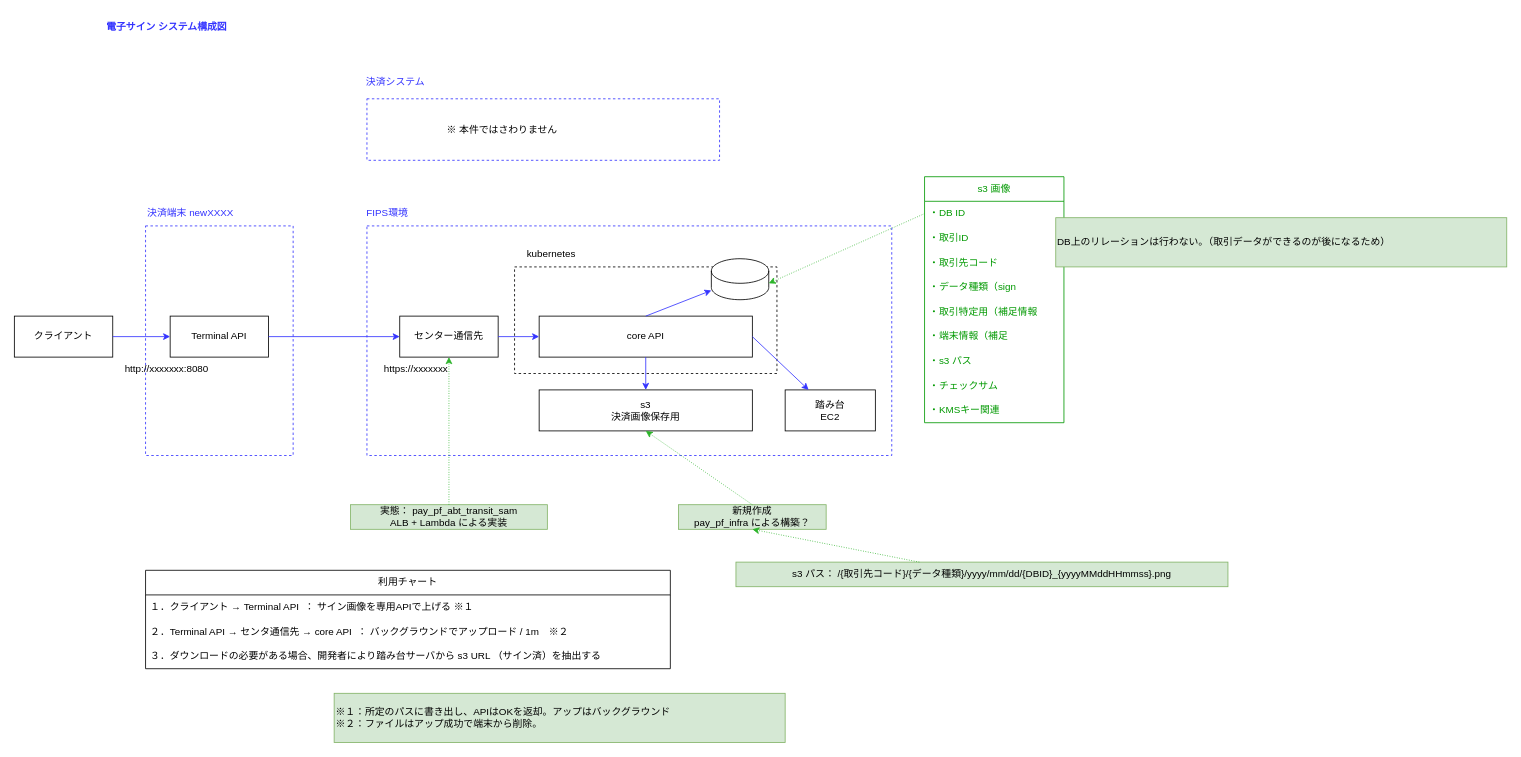
Above: page "システム構成" (1 of 2) of feature/電子サイン/obj/image.drawio in kyoshizawa/kywiki (draw.io), before the change. Source tidied: cells renumbered, new cells numbered last; positions are measured from the earlier drawing's top-left corner, leaving out a move shared by most shapes. Both pictures are drawn from the tidied source at 82%, with x=0, y=0 at pixel (14, 14).
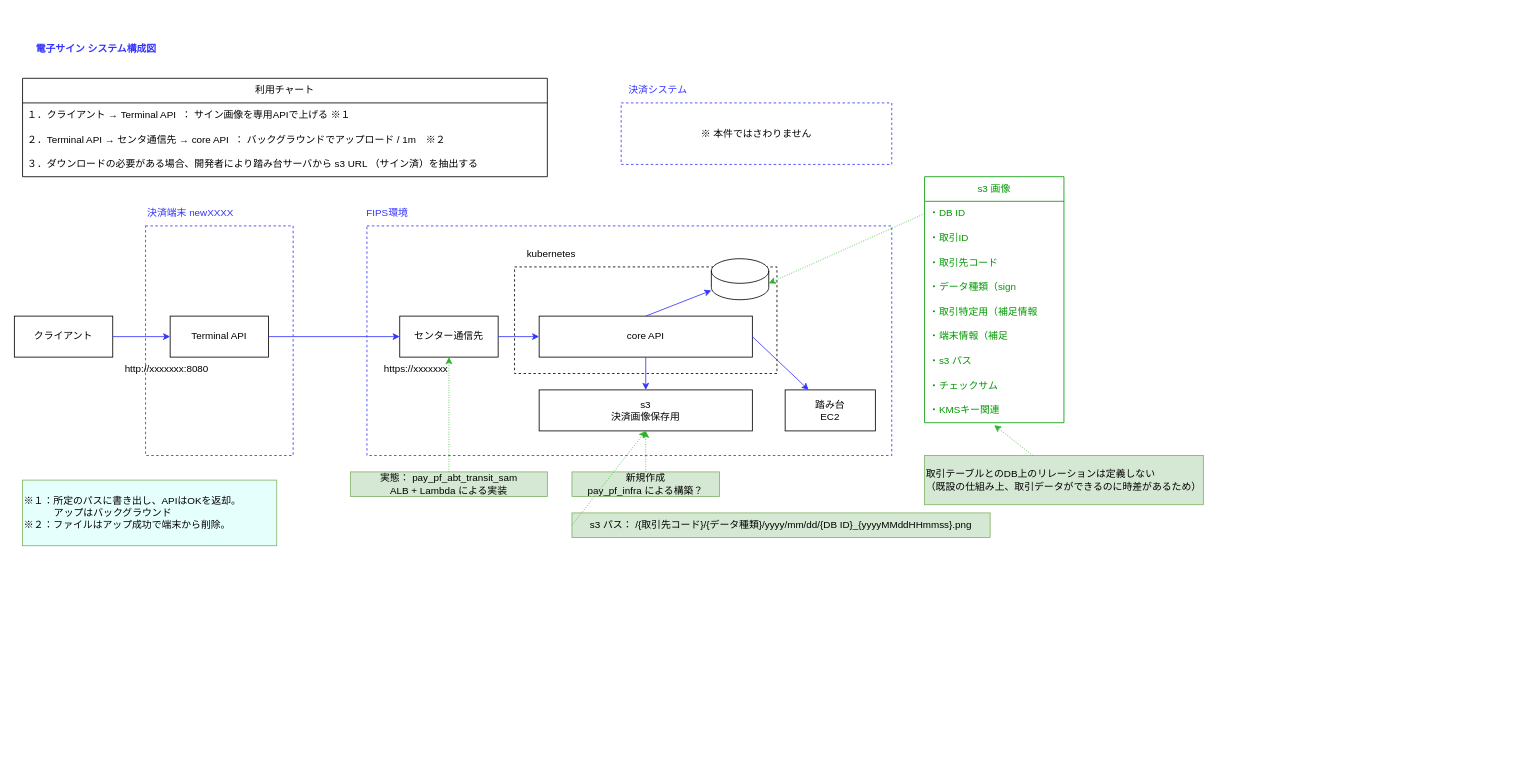
Above is the later version.

Unchanged cells that the change refers to:
```xml
<mxCell id="13" value="&lt;div&gt;s3&lt;/div&gt;決済画像保存用" style="rounded=0;whiteSpace=wrap;html=1;" parent="1" vertex="1">
  <mxGeometry x="640" y="458" width="260" height="50" as="geometry" />
</mxCell>
<mxCell id="43" value="・KMSキー関連" style="text;strokeColor=none;fillColor=none;align=left;verticalAlign=middle;spacingLeft=4;spacingRight=4;overflow=hidden;points=[[0,0.5],[1,0.5]];portConstraint=eastwest;whiteSpace=wrap;html=1;fontColor=#009900;" parent="34" vertex="1">
  <mxGeometry y="270" width="170" height="30" as="geometry" />
</mxCell>
```

The edit, as a diff of the source:
```diff
@@
     <mxCell id="5" value="実態：&amp;nbsp;pay_pf_abt_transit_sam&lt;div&gt;ALB + Lambda による実装&lt;/div&gt;" style="text;html=1;align=center;verticalAlign=middle;whiteSpace=wrap;rounded=0;fillColor=#d5e8d4;strokeColor=#82b366;" parent="1" vertex="1">
-      <mxGeometry x="410" y="598" width="240" height="30" as="geometry" />
+      <mxGeometry x="410" y="558" width="240" height="30" as="geometry" />
     </mxCell>
@@
     <mxCell id="7" style="rounded=0;whiteSpace=wrap;html=1;fillColor=none;dashed=1;strokeColor=#3333FF;" parent="1" vertex="1">
-      <mxGeometry x="430" y="103" width="430" height="75" as="geometry" />
+      <mxGeometry x="740" y="108" width="330" height="75" as="geometry" />
     </mxCell>
     <mxCell id="8" value="決済システム" style="text;html=1;align=center;verticalAlign=middle;whiteSpace=wrap;rounded=0;strokeColor=none;fontColor=#3333FF;" parent="1" vertex="1">
-      <mxGeometry x="410" y="68" width="110" height="30" as="geometry" />
+      <mxGeometry x="730" y="78" width="110" height="30" as="geometry" />
     </mxCell>
     <mxCell id="9" value="※ 本件ではさわりません" style="text;html=1;align=center;verticalAlign=middle;whiteSpace=wrap;rounded=0;" parent="1" vertex="1">
-      <mxGeometry x="480" y="125.5" width="230" height="30" as="geometry" />
+      <mxGeometry x="790" y="130.5" width="230" height="30" as="geometry" />
     </mxCell>
@@
     <mxCell id="15" value="新規作成&lt;br&gt;&lt;div&gt;pay_pf_infra による構築？&lt;/div&gt;" style="text;html=1;align=center;verticalAlign=middle;whiteSpace=wrap;rounded=0;fillColor=#d5e8d4;strokeColor=#82b366;" parent="1" vertex="1">
-      <mxGeometry x="810" y="598" width="180" height="30" as="geometry" />
+      <mxGeometry x="680" y="558" width="180" height="30" as="geometry" />
     </mxCell>
@@
     <mxCell id="18" value="電子サイン システム構成図" style="text;html=1;align=center;verticalAlign=middle;whiteSpace=wrap;rounded=0;strokeColor=none;fontColor=#3333FF;fontStyle=1;" parent="1" vertex="1">
-      <mxGeometry x="86" width="200" height="30" as="geometry" />
+      <mxGeometry y="28" width="200" height="30" as="geometry" />
     </mxCell>
@@
     <mxCell id="22" value="利用チャート" style="swimlane;fontStyle=0;horizontal=1;startSize=30;whiteSpace=wrap;html=1;" parent="1" vertex="1">
-      <mxGeometry x="160" y="678" width="640" height="120" as="geometry" />
+      <mxGeometry x="10" y="78" width="640" height="120" as="geometry" />
     </mxCell>
@@
-    <mxCell id="30" value="※１：所定のパスに書き出し、APIはOKを返却。アップはバックグラウンド&lt;div&gt;※２：ファイルはアップ成功で端末から削除。&lt;/div&gt;" style="text;html=1;align=left;verticalAlign=middle;whiteSpace=wrap;rounded=0;fillColor=#d5e8d4;strokeColor=#82b366;" parent="1" vertex="1">
-      <mxGeometry x="390" y="828" width="550" height="60" as="geometry" />
+    <mxCell id="30" value="※１：所定のパスに書き出し、APIはOKを返却。&lt;div&gt;&amp;nbsp; &amp;nbsp; &amp;nbsp; &amp;nbsp; &amp;nbsp; &amp;nbsp;アップはバックグラウンド&lt;div&gt;※２：ファイルはアップ成功で端末から削除。&lt;/div&gt;&lt;/div&gt;" style="text;html=1;align=left;verticalAlign=middle;whiteSpace=wrap;rounded=0;fillColor=light-dark(#e5fffd, #1f2f1e);strokeColor=#82b366;" parent="1" vertex="1">
+      <mxGeometry x="10" y="568" width="310" height="80" as="geometry" />
     </mxCell>
@@
-    <mxCell id="44" value="DB上のリレーションは行わない。（取引データができるのが後になるため）" style="text;html=1;align=left;verticalAlign=middle;whiteSpace=wrap;rounded=0;fillColor=#d5e8d4;strokeColor=#82b366;" parent="1" vertex="1">
-      <mxGeometry x="1270" y="248" width="550" height="60" as="geometry" />
+    <mxCell id="44" value="取引テーブルとのDB上のリレーションは定義しない&lt;div&gt;（既設の仕組み上、&lt;span style=&quot;background-color: transparent; color: light-dark(rgb(0, 0, 0), rgb(255, 255, 255));&quot;&gt;取引データができるのに時差があるため）&lt;/span&gt;&lt;/div&gt;" style="text;html=1;align=left;verticalAlign=middle;whiteSpace=wrap;rounded=0;fillColor=#d5e8d4;strokeColor=#82b366;" parent="1" vertex="1">
+      <mxGeometry x="1110" y="538" width="340" height="60" as="geometry" />
     </mxCell>
@@
-    <mxCell id="47" value="s3 パス： /{取引先コード}/{データ種類}/yyyy/mm/dd/{DBID}_{yyyyMMddHHmmss}.png" style="text;html=1;align=center;verticalAlign=middle;whiteSpace=wrap;rounded=0;fillColor=#d5e8d4;strokeColor=#82b366;" parent="1" vertex="1">
-      <mxGeometry x="880" y="668" width="600" height="30" as="geometry" />
+    <mxCell id="47" value="s3 パス： /{取引先コード}/{データ種類}/yyyy/mm/dd/{DB ID}_{yyyyMMddHHmmss}.png" style="text;html=1;align=center;verticalAlign=middle;whiteSpace=wrap;rounded=0;fillColor=#d5e8d4;strokeColor=#82b366;" parent="1" vertex="1">
+      <mxGeometry x="680" y="608" width="510" height="30" as="geometry" />
     </mxCell>
-    <mxCell id="48" style="endArrow=classic;html=1;rounded=0;dashed=1;dashPattern=1 2;strokeColor=light-dark(#2CB429,#EDEDED);strokeWidth=1;entryX=0.5;entryY=1;entryDx=0;entryDy=0;" parent="1" edge="1" source="47" target="15">
+    <mxCell id="48" style="endArrow=classic;html=1;rounded=0;dashed=1;dashPattern=1 2;strokeColor=light-dark(#2CB429,#EDEDED);strokeWidth=1;entryX=0.5;entryY=1;entryDx=0;entryDy=0;exitX=0;exitY=0.5;exitDx=0;exitDy=0;" parent="1" edge="1" source="47" target="13">
       <mxGeometry relative="1" as="geometry" />
     </mxCell>
@@
+    <mxCell id="50" style="endArrow=classic;html=1;rounded=0;dashed=1;dashPattern=1 2;strokeColor=light-dark(#2CB429,#EDEDED);strokeWidth=1;entryX=0.5;entryY=1.1;entryDx=0;entryDy=0;entryPerimeter=0;" parent="1" edge="1" source="44" target="43">
+      <mxGeometry relative="1" as="geometry" />
+    </mxCell>
```
